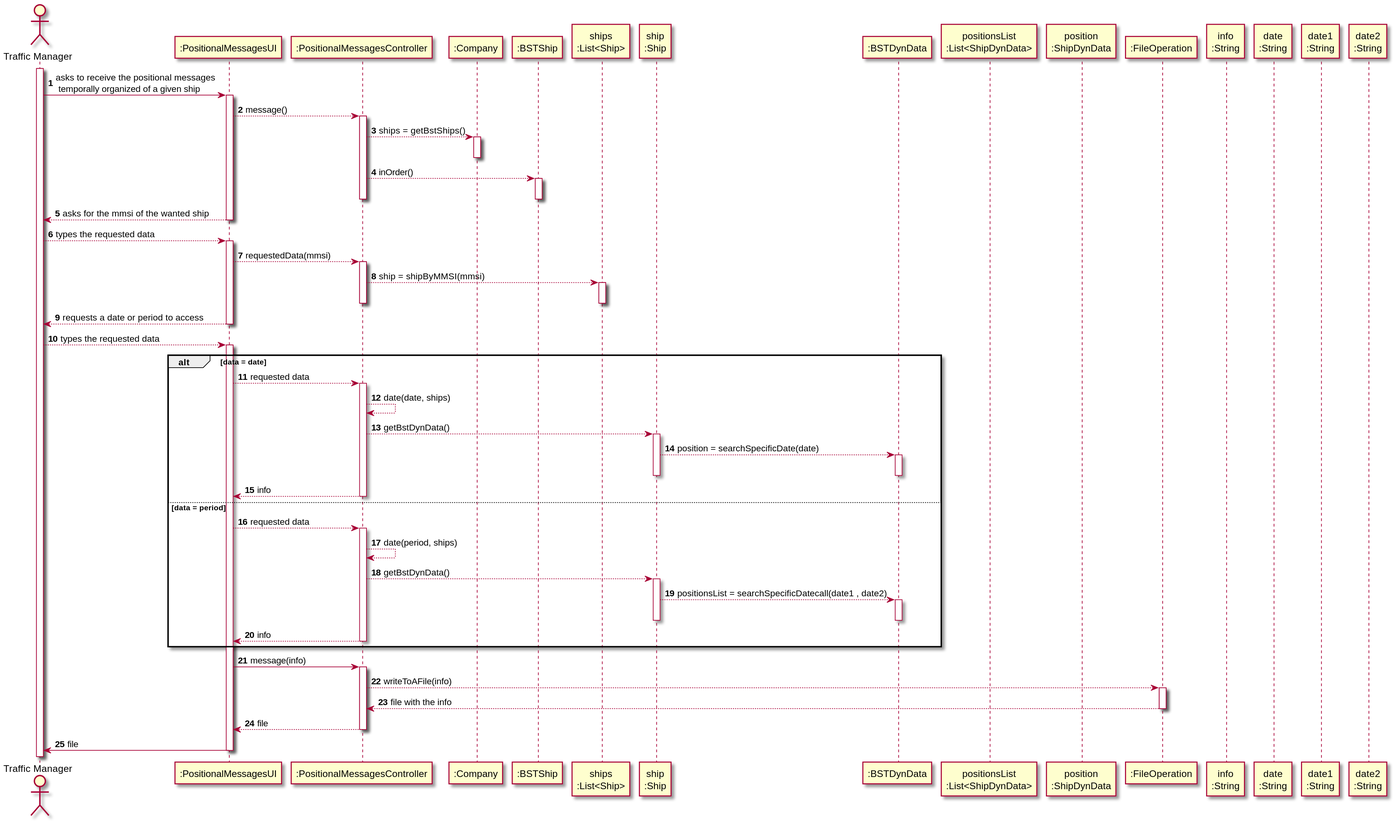
The PlantUML diagram Documentation/Sprint1/Engineering_Design/US103/SD_US013.svg in Pedromaia26/LAPR3-ISEP, before a commit.
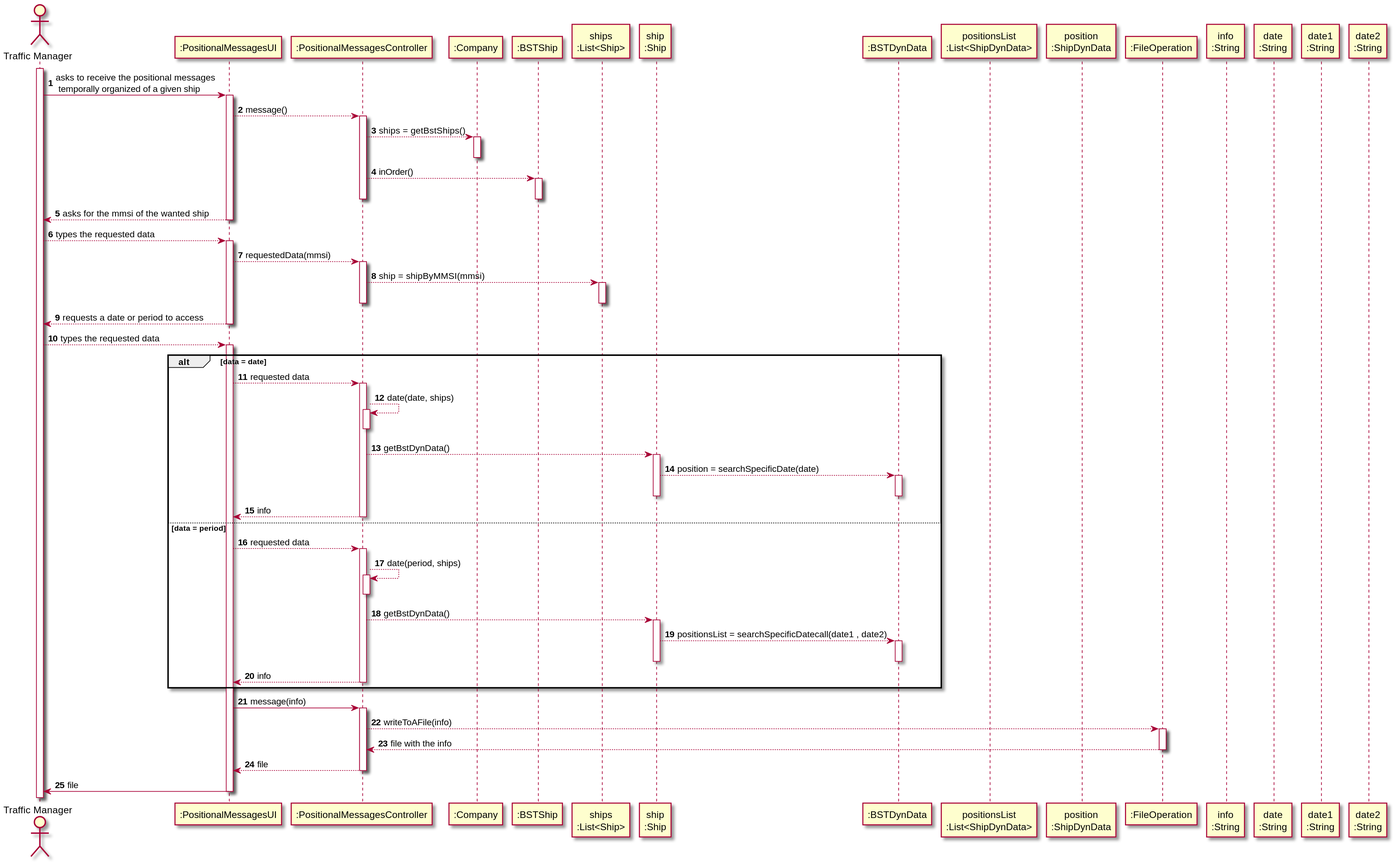
After the change.

Commit message:
G41-4 #time 1min #comment mini correction SD

Change to the diagram source:
```diff
@@ -50,6 +50,8 @@
 UI --> CTRL: requested data
 activate CTRL
 CTRL --> CTRL: date(date, ships)
+activate CTRL
+deactivate CTRL
 CTRL --> S: getBstDynData()
 activate S
 S --> BSTDD: position = searchSpecificDate(date)
@@ -62,6 +64,8 @@
 UI --> CTRL: requested data
 activate CTRL
 CTRL --> CTRL: date(period, ships)
+activate CTRL
+deactivate CTRL
 CTRL --> S: getBstDynData()
 activate S
 S --> BSTDD: positionsList = searchSpecificDatecall(date1 , date2)
```
